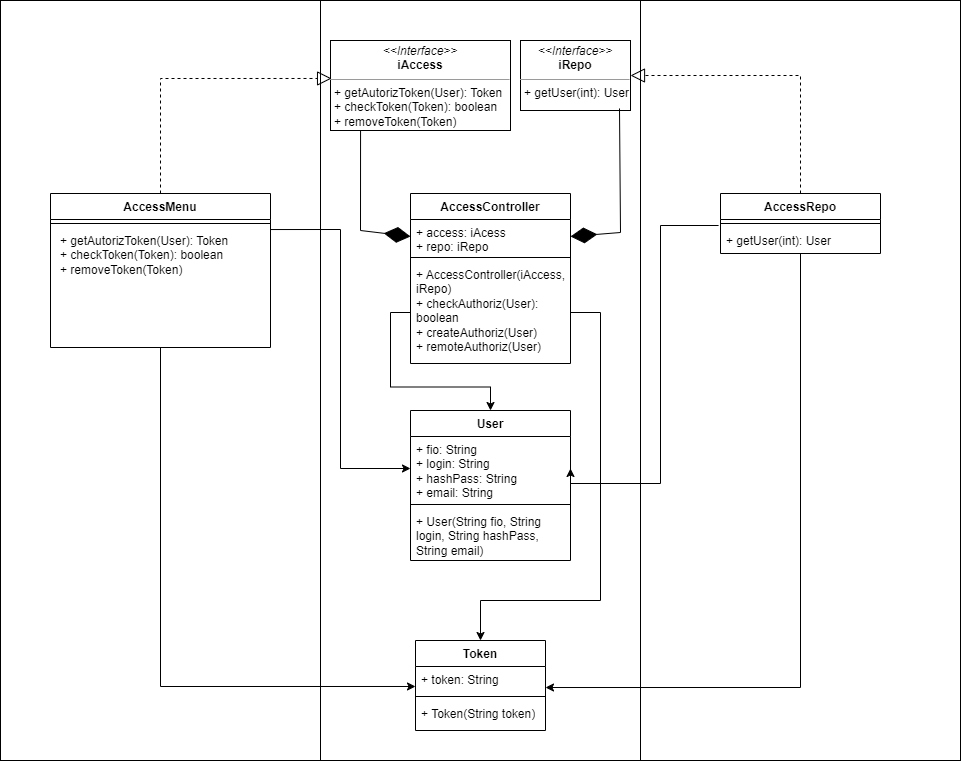
Earlier version of the draw.io export DZ11/UML.png (vlborshh/architecture). Source tidied: cells renumbered, new cells last; positions are measured from the earlier drawing's top-left corner, leaving out a move shared by most shapes.
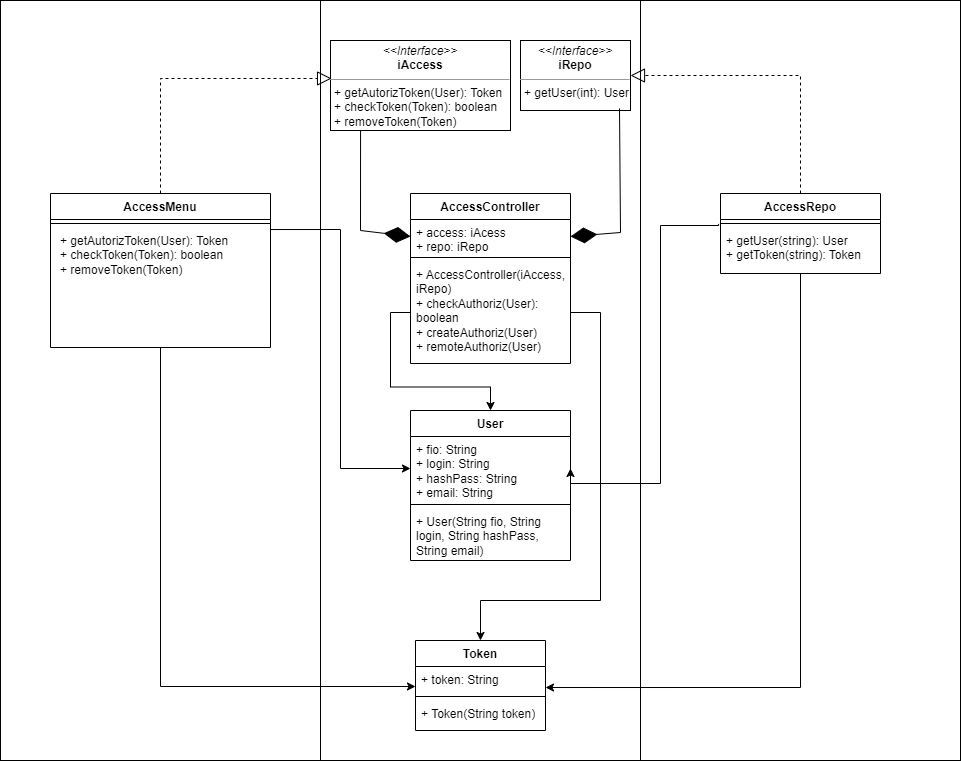
After the change.

Diff of the diagram source:
```diff
@@ -56,13 +56,13 @@
       </mxGeometry>
     </mxCell>
     <mxCell id="18" value="AccessRepo" style="swimlane;fontStyle=1;align=center;verticalAlign=top;horizontal=1;startSize=26;whiteSpace=wrap;html=1;" parent="1" vertex="1">
-      <mxGeometry x="720" y="193" width="160" height="60" as="geometry" />
+      <mxGeometry x="720" y="193" width="160" height="80" as="geometry" />
     </mxCell>
     <mxCell id="19" style="line;strokeWidth=1;fillColor=none;align=left;verticalAlign=middle;spacingTop=-1;spacingLeft=3;spacingRight=3;labelPosition=right;strokeColor=inherit;" parent="18" vertex="1">
       <mxGeometry y="26" width="160" height="8" as="geometry" />
     </mxCell>
-    <mxCell id="20" value="+ getUser(int): User&amp;nbsp;" style="text;strokeColor=none;fillColor=none;align=left;verticalAlign=top;spacingLeft=4;spacingRight=4;overflow=hidden;points=[[0,0.5],[1,0.5]];portConstraint=eastwest;whiteSpace=wrap;html=1;" parent="18" vertex="1">
-      <mxGeometry y="34" width="160" height="26" as="geometry" />
+    <mxCell id="20" value="+ getUser(string): User&amp;nbsp;&lt;br&gt;+ getToken(string): Token" style="text;strokeColor=none;fillColor=none;align=left;verticalAlign=top;spacingLeft=4;spacingRight=4;overflow=hidden;points=[[0,0.5],[1,0.5]];portConstraint=eastwest;whiteSpace=wrap;html=1;" parent="18" vertex="1">
+      <mxGeometry y="34" width="160" height="46" as="geometry" />
     </mxCell>
     <mxCell id="21" style="endArrow=block;dashed=1;endFill=0;endSize=12;html=1;rounded=0;exitX=0.5;exitY=0;exitDx=0;exitDy=0;entryX=1;entryY=0.5;entryDx=0;entryDy=0;" parent="1" edge="1" source="18" target="5">
       <mxGeometry relative="1" as="geometry">
```
